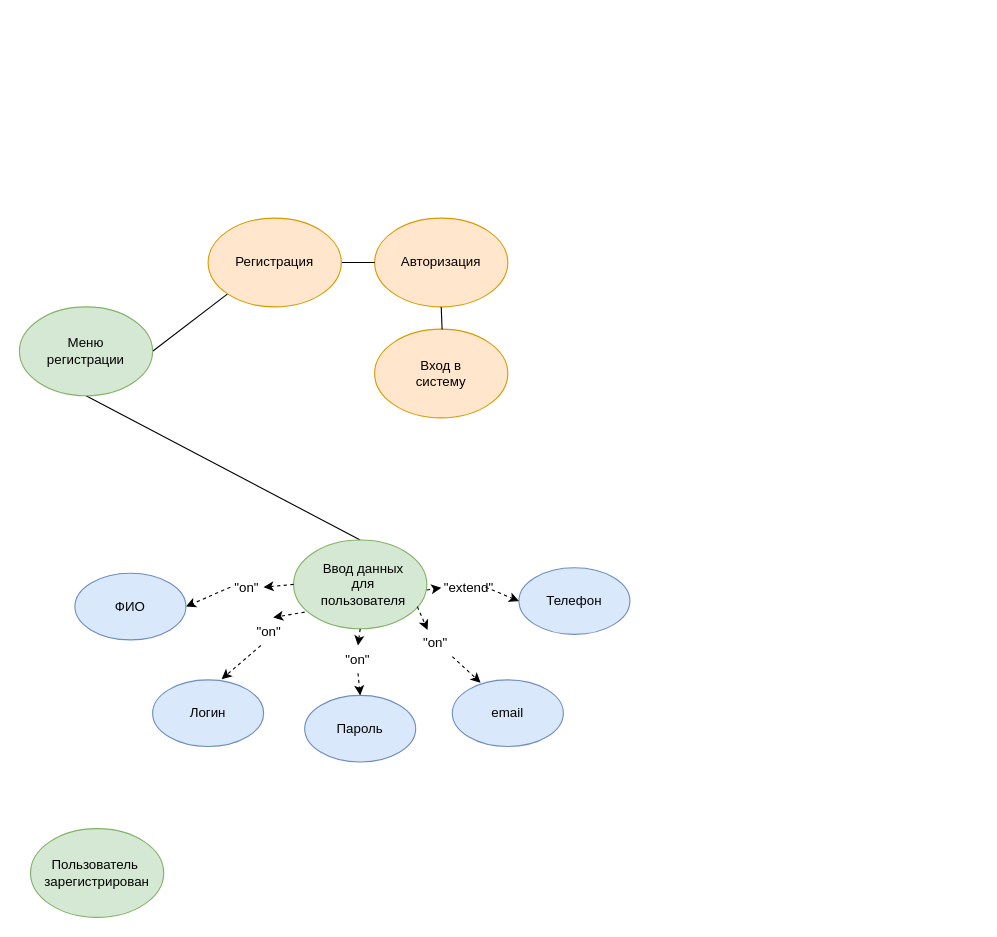
Mans0406/task1-22iSandP keeps this draw.io diagram as Диаграмма без названия.drawio. Above is the earlier version. Source tidied: cells renumbered, new cells numbered last; positions are measured from the earlier drawing's top-left corner, leaving out a move shared by most shapes. Both pictures are drawn from the tidied source at 111%, with x=0, y=0 at pixel (19, 218).
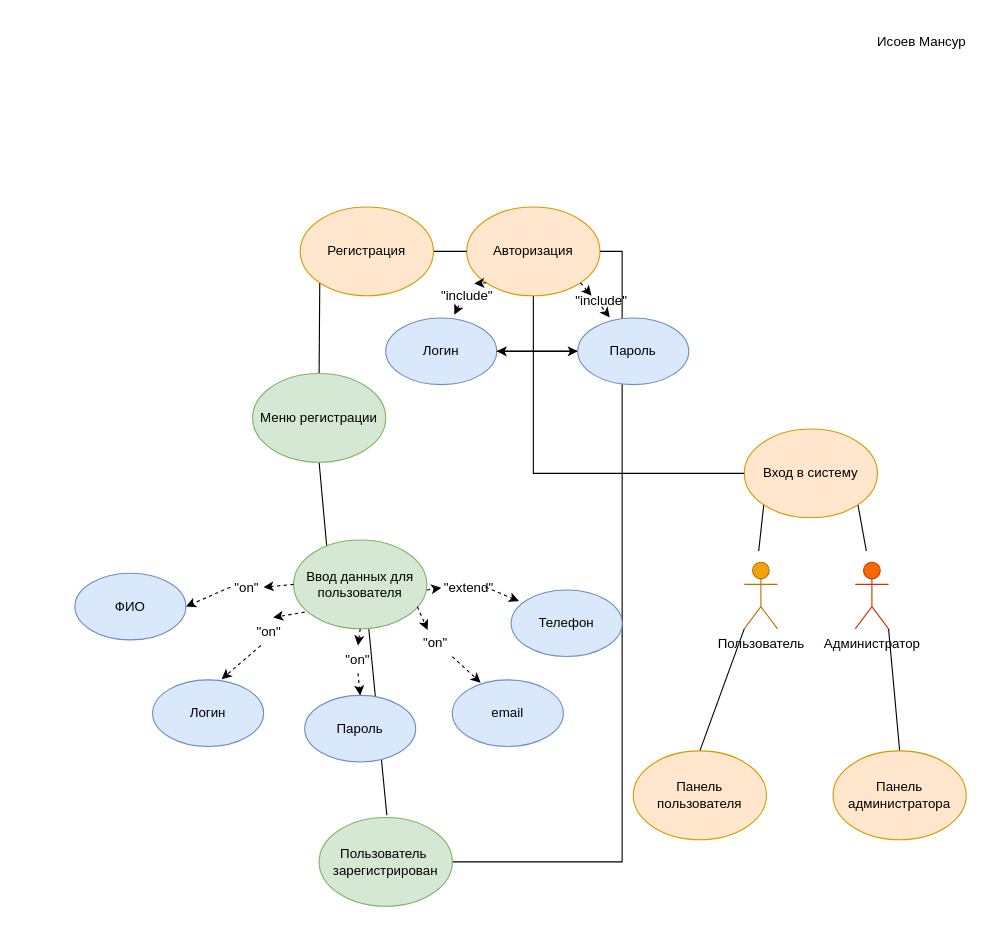
The same diagram, later.

Unchanged cells that the change refers to:
```xml
<mxCell id="23" value="email" style="ellipse;whiteSpace=wrap;html=1;fillColor=#dae8fc;strokeColor=#6c8ebf;" parent="1" vertex="1">
  <mxGeometry x="390" y="416" width="100" height="60" as="geometry" />
</mxCell>
<mxCell id="36" value="&quot;on&quot;" style="text;html=1;align=center;verticalAlign=middle;whiteSpace=wrap;rounded=0;" parent="1" vertex="1">
  <mxGeometry x="360" y="370" width="30" height="25" as="geometry" />
</mxCell>
```

The edit, as a diff of the source:
```diff
@@
+    <mxCell id="39" style="rounded=0;jettySize=auto;html=1;exitX=0;exitY=1;exitDx=0;exitDy=0;endArrow=none;endFill=0;" parent="1" edge="1" source="2">
+      <mxGeometry relative="1" as="geometry">
+        <mxPoint x="666" y="300" as="targetPoint" />
+      </mxGeometry>
+    </mxCell>
+    <mxCell id="40" style="rounded=0;jettySize=auto;html=1;exitX=1;exitY=1;exitDx=0;exitDy=0;endArrow=none;endFill=0;" parent="1" edge="1" source="2">
+      <mxGeometry relative="1" as="geometry">
+        <mxPoint x="763" y="300" as="targetPoint" />
+      </mxGeometry>
+    </mxCell>
-    <mxCell id="2" style="ellipse;whiteSpace=wrap;html=1;fillColor=#ffe6cc;strokeColor=#d79b00;" parent="1" vertex="1">
-      <mxGeometry x="320" y="100" width="120" height="80" as="geometry" />
+    <mxCell id="2" value="Вход в систему" style="ellipse;whiteSpace=wrap;html=1;fillColor=#ffe6cc;strokeColor=#d79b00;" parent="1" vertex="1">
+      <mxGeometry x="653" y="190" width="120" height="80" as="geometry" />
     </mxCell>
     <mxCell id="3" style="edgeStyle=orthogonalEdgeStyle;rounded=0;jettySize=auto;html=1;exitX=0;exitY=0.5;exitDx=0;exitDy=0;" parent="1" edge="1" source="4">
       <mxGeometry relative="1" as="geometry">
-        <mxPoint x="319.9" y="40.3" as="targetPoint" />
+        <mxPoint x="402.9" y="30.3" as="targetPoint" />
       </mxGeometry>
     </mxCell>
+    <mxCell id="41" style="rounded=0;jettySize=auto;html=1;exitX=0.5;exitY=1;exitDx=0;exitDy=0;entryX=0;entryY=0.5;entryDx=0;entryDy=0;edgeStyle=orthogonalEdgeStyle;endArrow=none;endFill=0;" parent="1" edge="1" source="4" target="2">
+      <mxGeometry relative="1" as="geometry" />
+    </mxCell>
-    <mxCell id="4" style="ellipse;whiteSpace=wrap;html=1;fillColor=#ffe6cc;strokeColor=#d79b00;" parent="1" vertex="1">
-      <mxGeometry x="320" width="120" height="80" as="geometry" />
+    <mxCell id="4" value="Авторизация" style="ellipse;whiteSpace=wrap;html=1;fillColor=#ffe6cc;strokeColor=#d79b00;" parent="1" vertex="1">
+      <mxGeometry x="403" y="-10" width="120" height="80" as="geometry" />
     </mxCell>
-    <mxCell id="5" value="Авторизация" style="text;html=1;align=center;verticalAlign=middle;whiteSpace=wrap;rounded=0;" parent="1" vertex="1">
-      <mxGeometry x="340" y="25" width="80" height="30" as="geometry" />
-    </mxCell>
@@
-    <mxCell id="7" style="rounded=0;jettySize=auto;html=1;exitX=0;exitY=1;exitDx=0;exitDy=0;entryX=1;entryY=0.5;entryDx=0;entryDy=0;endArrow=none;endFill=0;" parent="1" edge="1" source="8" target="13">
+    <mxCell id="7" style="rounded=0;jettySize=auto;html=1;exitX=0;exitY=1;exitDx=0;exitDy=0;entryX=0.5;entryY=0;entryDx=0;entryDy=0;endArrow=none;endFill=0;" parent="1" edge="1" source="8" target="13">
       <mxGeometry relative="1" as="geometry" />
     </mxCell>
-    <mxCell id="8" style="ellipse;whiteSpace=wrap;html=1;fillColor=#ffe6cc;strokeColor=#d79b00;" parent="1" vertex="1">
-      <mxGeometry x="170" width="120" height="80" as="geometry" />
+    <mxCell id="8" value="Регистрация" style="ellipse;whiteSpace=wrap;html=1;fillColor=#ffe6cc;strokeColor=#d79b00;" parent="1" vertex="1">
+      <mxGeometry x="253" y="-10" width="120" height="80" as="geometry" />
     </mxCell>
-    <mxCell id="9" value="Регистрация" style="text;html=1;align=center;verticalAlign=middle;whiteSpace=wrap;rounded=0;" parent="1" vertex="1">
-      <mxGeometry x="190" y="25" width="80" height="30" as="geometry" />
-    </mxCell>
-    <mxCell id="10" value="Вход в систему" style="text;html=1;align=center;verticalAlign=middle;whiteSpace=wrap;rounded=0;" parent="1" vertex="1">
-      <mxGeometry x="350" y="125" width="60" height="30" as="geometry" />
-    </mxCell>
-    <mxCell id="11" style="rounded=0;jettySize=auto;html=1;exitX=0.5;exitY=1;exitDx=0;exitDy=0;entryX=0.423;entryY=0.005;entryDx=0;entryDy=0;entryPerimeter=0;endArrow=none;endFill=0;" parent="1" edge="1" source="4">
-      <mxGeometry relative="1" as="geometry">
-        <mxPoint x="380.8" y="100.3" as="targetPoint" />
-      </mxGeometry>
-    </mxCell>
-    <mxCell id="12" style="rounded=0;jettySize=auto;html=1;exitX=0.5;exitY=1;exitDx=0;exitDy=0;entryX=0.5;entryY=0;entryDx=0;entryDy=0;endArrow=none;endFill=0;" parent="1" edge="1" source="13" target="16">
+    <mxCell id="12" style="rounded=0;jettySize=auto;html=1;exitX=0.5;exitY=1;exitDx=0;exitDy=0;endArrow=none;endFill=0;entryX=0.252;entryY=0.126;entryDx=0;entryDy=0;entryPerimeter=0;" parent="1" edge="1" source="13" target="16">
       <mxGeometry relative="1" as="geometry" />
     </mxCell>
-    <mxCell id="13" style="ellipse;whiteSpace=wrap;html=1;fillColor=#d5e8d4;strokeColor=#82b366;" parent="1" vertex="1">
-      <mxGeometry y="80" width="120" height="80" as="geometry" />
+    <mxCell id="13" value="Меню регистрации" style="ellipse;whiteSpace=wrap;html=1;fillColor=#d5e8d4;strokeColor=#82b366;" parent="1" vertex="1">
+      <mxGeometry x="210" y="140" width="120" height="80" as="geometry" />
     </mxCell>
-    <mxCell id="14" value="Меню регистрации" style="text;html=1;align=center;verticalAlign=middle;whiteSpace=wrap;rounded=0;" parent="1" vertex="1">
-      <mxGeometry x="30" y="105" width="60" height="30" as="geometry" />
-    </mxCell>
@@
+    <mxCell id="42" style="rounded=0;jettySize=auto;html=1;exitX=0.5;exitY=0;exitDx=0;exitDy=0;entryX=0.717;entryY=0.1;entryDx=0;entryDy=0;entryPerimeter=0;endArrow=none;endFill=0;" parent="1" edge="1" source="16">
+      <mxGeometry relative="1" as="geometry">
+        <mxPoint x="331" y="538" as="targetPoint" />
+      </mxGeometry>
+    </mxCell>
-    <mxCell id="16" style="ellipse;whiteSpace=wrap;html=1;fillColor=#d5e8d4;strokeColor=#82b366;" parent="1" vertex="1">
+    <mxCell id="16" value="Ввод данных для пользователя" style="ellipse;whiteSpace=wrap;html=1;fillColor=#d5e8d4;strokeColor=#82b366;" parent="1" vertex="1">
       <mxGeometry x="247" y="290" width="120" height="80" as="geometry" />
     </mxCell>
-    <mxCell id="17" value="Ввод данных для пользователя" style="text;html=1;align=center;verticalAlign=middle;whiteSpace=wrap;rounded=0;" parent="1" vertex="1">
-      <mxGeometry x="280" y="315" width="60" height="30" as="geometry" />
-    </mxCell>
+    <mxCell id="43" style="edgeStyle=orthogonalEdgeStyle;rounded=0;jettySize=auto;html=1;exitX=1;exitY=0.5;exitDx=0;exitDy=0;entryX=1;entryY=0.5;entryDx=0;entryDy=0;endArrow=none;endFill=0;" parent="1" edge="1" source="18" target="4">
+      <mxGeometry relative="1" as="geometry" />
+    </mxCell>
-    <mxCell id="18" style="ellipse;whiteSpace=wrap;html=1;fillColor=#d5e8d4;strokeColor=#82b366;" parent="1" vertex="1">
-      <mxGeometry x="10" y="550" width="120" height="80" as="geometry" />
+    <mxCell id="18" value="Пользователь&amp;nbsp; зарегистрирован" style="ellipse;whiteSpace=wrap;html=1;fillColor=#d5e8d4;strokeColor=#82b366;" parent="1" vertex="1">
+      <mxGeometry x="270" y="540" width="120" height="80" as="geometry" />
     </mxCell>
-    <mxCell id="19" value="Пользователь&amp;nbsp; зарегистрирован" style="text;html=1;align=center;verticalAlign=middle;whiteSpace=wrap;rounded=0;" parent="1" vertex="1">
-      <mxGeometry x="40" y="575" width="60" height="30" as="geometry" />
-    </mxCell>
@@
     <mxCell id="24" value="Телефон" style="ellipse;whiteSpace=wrap;html=1;fillColor=#dae8fc;strokeColor=#6c8ebf;" parent="1" vertex="1">
-      <mxGeometry x="450" y="315" width="100" height="60" as="geometry" />
+      <mxGeometry x="443" y="335" width="100" height="60" as="geometry" />
     </mxCell>
@@
-    <mxCell id="27" style="rounded=0;jettySize=auto;html=1;exitX=1;exitY=1;exitDx=0;exitDy=0;entryX=0.255;entryY=0.044;entryDx=0;entryDy=0;dashed=1;entryPerimeter=0;" parent="1" edge="1" source="36" target="23">
-      <mxGeometry relative="1" as="geometry" />
+    <mxCell id="27" style="rounded=0;jettySize=auto;html=1;exitX=1;exitY=1;exitDx=0;exitDy=0;entryX=0.255;entryY=0.044;entryDx=0;entryDy=0;dashed=1;entryPerimeter=0;" parent="1" edge="1" source="36">
+      <mxGeometry relative="1" as="geometry">
+        <mxPoint x="415.5" y="418.6" as="targetPoint" />
+      </mxGeometry>
     </mxCell>
@@
+    <mxCell id="44" style="rounded=0;jettySize=auto;html=1;exitX=1;exitY=0.5;exitDx=0;exitDy=0;entryX=0;entryY=0.5;entryDx=0;entryDy=0;" parent="1" edge="1" source="45" target="48">
+      <mxGeometry relative="1" as="geometry" />
+    </mxCell>
+    <mxCell id="45" value="Логин" style="ellipse;whiteSpace=wrap;html=1;fillColor=#dae8fc;strokeColor=#6c8ebf;" parent="1" vertex="1">
+      <mxGeometry x="330" y="90" width="100" height="60" as="geometry" />
+    </mxCell>
+    <mxCell id="46" style="edgeStyle=orthogonalEdgeStyle;rounded=0;jettySize=auto;html=1;" parent="1" edge="1" source="48" target="45">
+      <mxGeometry relative="1" as="geometry" />
+    </mxCell>
+    <mxCell id="47" style="rounded=0;jettySize=auto;html=1;endArrow=none;endFill=0;" parent="1" edge="1" source="48" target="45">
+      <mxGeometry relative="1" as="geometry" />
+    </mxCell>
+    <mxCell id="48" value="Пароль" style="ellipse;whiteSpace=wrap;html=1;fillColor=#dae8fc;strokeColor=#6c8ebf;" parent="1" vertex="1">
+      <mxGeometry x="503" y="90" width="100" height="60" as="geometry" />
+    </mxCell>
+    <mxCell id="49" style="rounded=0;jettySize=auto;html=1;exitX=0.358;exitY=0.933;exitDx=0;exitDy=0;entryX=0.618;entryY=-0.05;entryDx=0;entryDy=0;entryPerimeter=0;dashed=1;exitPerimeter=0;" parent="1" edge="1" source="52" target="45">
+      <mxGeometry relative="1" as="geometry" />
+    </mxCell>
+    <mxCell id="50" style="rounded=0;jettySize=auto;html=1;exitX=0.5;exitY=1;exitDx=0;exitDy=0;entryX=0.288;entryY=-0.008;entryDx=0;entryDy=0;entryPerimeter=0;dashed=1;" parent="1" edge="1" source="54" target="48">
+      <mxGeometry relative="1" as="geometry" />
+    </mxCell>
+    <mxCell id="51" style="rounded=0;jettySize=auto;html=1;exitX=0;exitY=1;exitDx=0;exitDy=0;entryX=0.618;entryY=-0.05;entryDx=0;entryDy=0;entryPerimeter=0;dashed=1;" parent="1" edge="1" source="4" target="52">
+      <mxGeometry relative="1" as="geometry" />
+    </mxCell>
+    <mxCell id="52" value="&quot;include&quot;" style="text;html=1;align=center;verticalAlign=middle;whiteSpace=wrap;rounded=0;" parent="1" vertex="1">
+      <mxGeometry x="377" y="60" width="53" height="20" as="geometry" />
+    </mxCell>
+    <mxCell id="53" style="rounded=0;jettySize=auto;html=1;exitX=1;exitY=1;exitDx=0;exitDy=0;entryX=0.288;entryY=-0.008;entryDx=0;entryDy=0;entryPerimeter=0;dashed=1;" parent="1" edge="1" source="4" target="54">
+      <mxGeometry relative="1" as="geometry" />
+    </mxCell>
+    <mxCell id="54" value="&quot;include&quot;" style="text;html=1;align=center;verticalAlign=middle;whiteSpace=wrap;rounded=0;" parent="1" vertex="1">
+      <mxGeometry x="503" y="70" width="43" height="10" as="geometry" />
+    </mxCell>
+    <mxCell id="55" style="rounded=0;jettySize=auto;html=1;exitX=0;exitY=1;exitDx=0;exitDy=0;exitPerimeter=0;entryX=0.5;entryY=0;entryDx=0;entryDy=0;endArrow=none;endFill=0;" parent="1" edge="1" source="56" target="59">
+      <mxGeometry relative="1" as="geometry" />
+    </mxCell>
+    <mxCell id="56" value="Пользователь" style="shape=umlActor;verticalLabelPosition=bottom;verticalAlign=top;html=1;outlineConnect=0;fillColor=#f0a30a;strokeColor=#BD7000;fontColor=#000000;" parent="1" vertex="1">
+      <mxGeometry x="653" y="310" width="30" height="60" as="geometry" />
+    </mxCell>
+    <mxCell id="57" style="rounded=0;jettySize=auto;html=1;exitX=1;exitY=1;exitDx=0;exitDy=0;exitPerimeter=0;entryX=0.5;entryY=0;entryDx=0;entryDy=0;endArrow=none;endFill=0;" parent="1" edge="1" source="58" target="60">
+      <mxGeometry relative="1" as="geometry" />
+    </mxCell>
+    <mxCell id="58" value="Администратор" style="shape=umlActor;verticalLabelPosition=bottom;verticalAlign=top;html=1;outlineConnect=0;fillColor=#fa6800;strokeColor=#C73500;fontColor=#000000;" parent="1" vertex="1">
+      <mxGeometry x="753" y="310" width="30" height="60" as="geometry" />
+    </mxCell>
+    <mxCell id="59" value="Панель пользователя" style="ellipse;whiteSpace=wrap;html=1;fillColor=#ffe6cc;strokeColor=#d79b00;" parent="1" vertex="1">
+      <mxGeometry x="553" y="480" width="120" height="80" as="geometry" />
+    </mxCell>
+    <mxCell id="60" value="Панель администратора" style="ellipse;whiteSpace=wrap;html=1;fillColor=#ffe6cc;strokeColor=#d79b00;" parent="1" vertex="1">
+      <mxGeometry x="733" y="480" width="120" height="80" as="geometry" />
+    </mxCell>
+    <mxCell id="61" value="Исоев Мансур" style="text;html=1;align=center;verticalAlign=middle;whiteSpace=wrap;rounded=0;" parent="1" vertex="1">
+      <mxGeometry x="763" y="-179" width="100" height="40" as="geometry" />
+    </mxCell>
```
